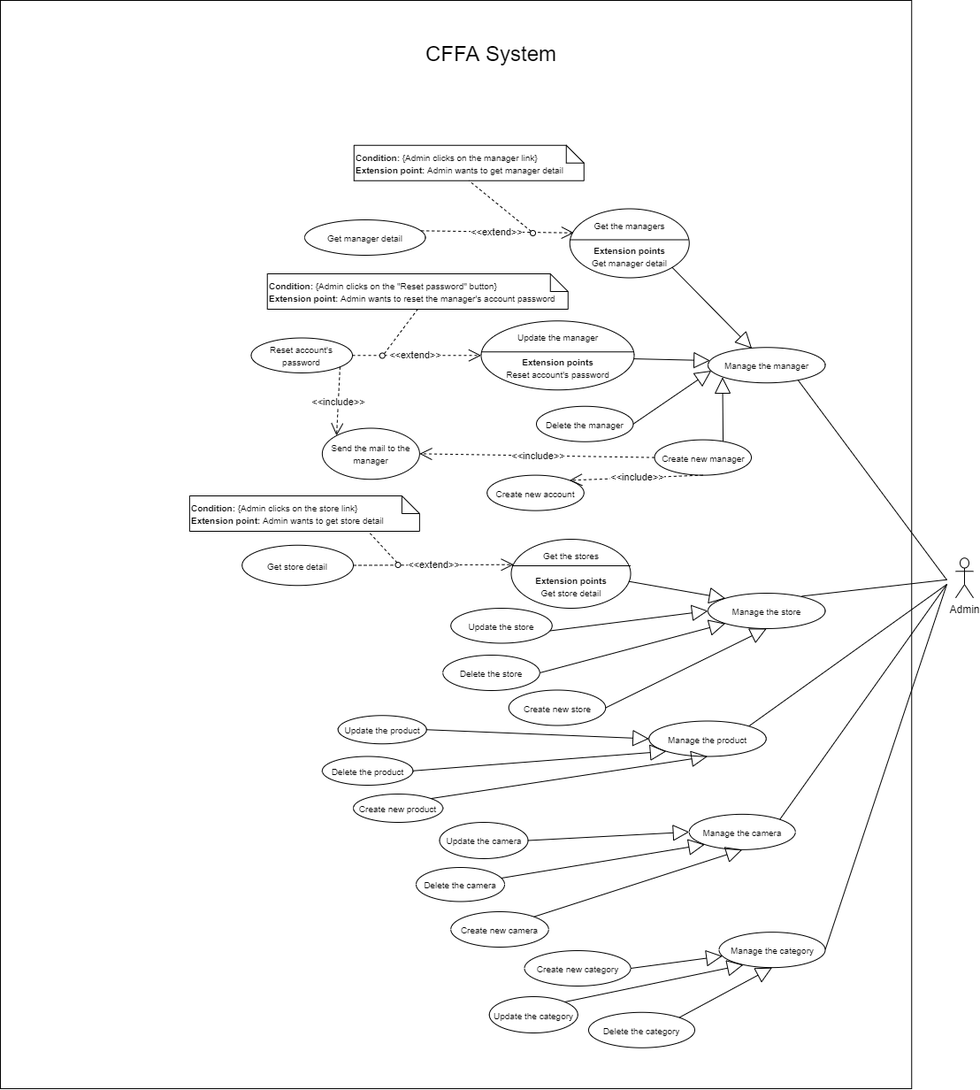
Above: Users/HuuDN/UsecaseDiagram/UsecaseOverview-Admin.png in luannmdev/CapstoneDocument (draw.io), before the change. Source tidied: cells renumbered, new cells last; positions are measured from the earlier drawing's top-left corner, leaving out a move shared by most shapes.
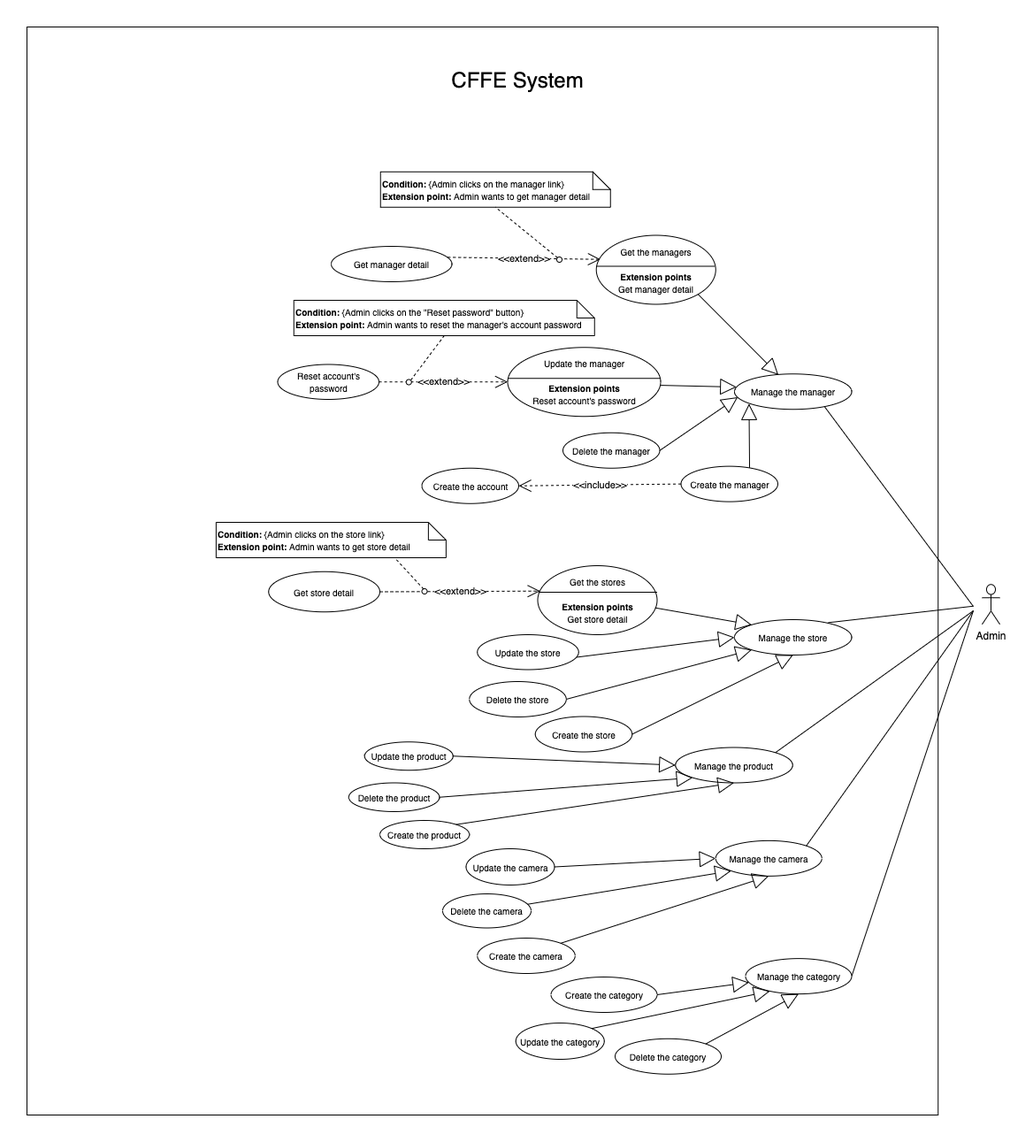
After the commit.

The edit, as a diff of the source:
```diff
@@ -5,13 +5,13 @@
     <mxCell id="2" style="rounded=0;whiteSpace=wrap;html=1;" parent="1" vertex="1">
       <mxGeometry width="1030.2" height="1230" as="geometry" />
     </mxCell>
-    <mxCell id="3" value="&lt;span style=&quot;font-size: 24px&quot;&gt;CFFA System&lt;/span&gt;" style="text;html=1;strokeColor=none;fillColor=none;align=center;verticalAlign=middle;whiteSpace=wrap;rounded=0;" parent="1" vertex="1">
+    <mxCell id="3" value="&lt;span style=&quot;font-size: 24px&quot;&gt;CFFE System&lt;/span&gt;" style="text;html=1;strokeColor=none;fillColor=none;align=center;verticalAlign=middle;whiteSpace=wrap;rounded=0;" parent="1" vertex="1">
       <mxGeometry x="390" y="50" width="330" height="20" as="geometry" />
     </mxCell>
     <mxCell id="4" value="&lt;font style=&quot;font-size: 10px&quot;&gt;Manage the category&lt;/font&gt;" style="ellipse;whiteSpace=wrap;html=1;fillColor=#ffffff;gradientColor=none;" parent="1" vertex="1">
       <mxGeometry x="812.5" y="1053.1" width="120" height="40" as="geometry" />
     </mxCell>
-    <mxCell id="5" value="&lt;font style=&quot;font-size: 10px&quot;&gt;Create new category&lt;/font&gt;" style="ellipse;whiteSpace=wrap;html=1;fillColor=#ffffff;gradientColor=none;" parent="1" vertex="1">
+    <mxCell id="5" value="&lt;font style=&quot;font-size: 10px&quot;&gt;Create the category&lt;/font&gt;" style="ellipse;whiteSpace=wrap;html=1;fillColor=#ffffff;gradientColor=none;" parent="1" vertex="1">
       <mxGeometry x="592.5" y="1074" width="120" height="40" as="geometry" />
     </mxCell>
     <mxCell id="6" style="endArrow=block;endSize=16;endFill=0;html=1;exitX=1;exitY=0.5;exitDx=0;exitDy=0;" parent="1" edge="1" source="5" target="4">
@@ -57,7 +57,7 @@
     <mxCell id="18" value="&lt;font style=&quot;font-size: 10px&quot;&gt;Delete the product&lt;/font&gt;" style="ellipse;whiteSpace=wrap;html=1;fillColor=#ffffff;gradientColor=none;" parent="1" vertex="1">
       <mxGeometry x="363.9" y="854.5" width="102.5" height="32.5" as="geometry" />
     </mxCell>
-    <mxCell id="19" value="&lt;span style=&quot;font-size: 10px&quot;&gt;Create new product&lt;/span&gt;" style="ellipse;whiteSpace=wrap;html=1;fillColor=#ffffff;gradientColor=none;" parent="1" vertex="1">
+    <mxCell id="19" value="&lt;span style=&quot;font-size: 10px&quot;&gt;Create the product&lt;/span&gt;" style="ellipse;whiteSpace=wrap;html=1;fillColor=#ffffff;gradientColor=none;" parent="1" vertex="1">
       <mxGeometry x="399" y="897" width="101.2" height="32" as="geometry" />
     </mxCell>
     <mxCell id="20" value="&lt;font style=&quot;font-size: 10px&quot;&gt;Manage the product&lt;/font&gt;" style="ellipse;whiteSpace=wrap;html=1;" parent="1" vertex="1">
@@ -78,7 +78,7 @@
     <mxCell id="25" value="&lt;font style=&quot;font-size: 10px&quot;&gt;Delete the camera&lt;/font&gt;" style="ellipse;whiteSpace=wrap;html=1;fillColor=#ffffff;gradientColor=none;" parent="1" vertex="1">
       <mxGeometry x="470" y="980" width="100" height="38.5" as="geometry" />
     </mxCell>
-    <mxCell id="26" value="&lt;span style=&quot;font-size: 10px&quot;&gt;Create new&amp;nbsp;&lt;/span&gt;&lt;span style=&quot;font-size: 10px&quot;&gt;camera&lt;/span&gt;" style="ellipse;whiteSpace=wrap;html=1;fillColor=#ffffff;gradientColor=none;" parent="1" vertex="1">
+    <mxCell id="26" value="&lt;span style=&quot;font-size: 10px&quot;&gt;Create the&amp;nbsp;&lt;/span&gt;&lt;span style=&quot;font-size: 10px&quot;&gt;camera&lt;/span&gt;" style="ellipse;whiteSpace=wrap;html=1;fillColor=#ffffff;gradientColor=none;" parent="1" vertex="1">
       <mxGeometry x="509.2" y="1030" width="110.5" height="40" as="geometry" />
     </mxCell>
     <mxCell id="27" value="&lt;font style=&quot;font-size: 10px&quot;&gt;Manage the camera&lt;/font&gt;" style="ellipse;whiteSpace=wrap;html=1;" parent="1" vertex="1">
@@ -117,7 +117,7 @@
     <mxCell id="36" value="&lt;span style=&quot;font-size: 10px&quot;&gt;Delete the manager&lt;/span&gt;" style="ellipse;whiteSpace=wrap;html=1;fillColor=#ffffff;gradientColor=none;" parent="1" vertex="1">
       <mxGeometry x="606" y="458.8" width="109.5" height="40" as="geometry" />
     </mxCell>
-    <mxCell id="37" value="&lt;span style=&quot;font-size: 10px&quot;&gt;Create new manager&lt;/span&gt;" style="ellipse;whiteSpace=wrap;html=1;fillColor=#ffffff;gradientColor=none;" parent="1" vertex="1">
+    <mxCell id="37" value="&lt;span style=&quot;font-size: 10px&quot;&gt;Create the manager&lt;/span&gt;" style="ellipse;whiteSpace=wrap;html=1;fillColor=#ffffff;gradientColor=none;" parent="1" vertex="1">
       <mxGeometry x="739.5" y="496.6" width="109.5" height="40" as="geometry" />
     </mxCell>
     <mxCell id="38" style="endArrow=block;endSize=16;endFill=0;html=1;entryX=0.124;entryY=0.841;entryDx=0;entryDy=0;exitX=0.708;exitY=0.044;exitDx=0;exitDy=0;exitPerimeter=0;entryPerimeter=0;" parent="1" edge="1" source="37" target="35">
@@ -156,7 +156,7 @@
     <mxCell id="49" value="&lt;span style=&quot;font-size: 10px&quot;&gt;Delete the store&lt;/span&gt;" style="ellipse;whiteSpace=wrap;html=1;fillColor=#ffffff;gradientColor=none;" parent="1" vertex="1">
       <mxGeometry x="500.2" y="740" width="109.5" height="40" as="geometry" />
     </mxCell>
-    <mxCell id="50" value="&lt;span style=&quot;font-size: 10px&quot;&gt;Create new store&lt;/span&gt;" style="ellipse;whiteSpace=wrap;html=1;fillColor=#ffffff;gradientColor=none;" parent="1" vertex="1">
+    <mxCell id="50" value="&lt;span style=&quot;font-size: 10px&quot;&gt;Create the store&lt;/span&gt;" style="ellipse;whiteSpace=wrap;html=1;fillColor=#ffffff;gradientColor=none;" parent="1" vertex="1">
       <mxGeometry x="574.8" y="779.5" width="109.5" height="40" as="geometry" />
     </mxCell>
     <mxCell id="51" style="endArrow=block;endSize=16;endFill=0;html=1;exitX=1;exitY=0.5;exitDx=0;exitDy=0;entryX=0.5;entryY=1;entryDx=0;entryDy=0;" parent="1" edge="1" source="50" target="48">
@@ -182,16 +182,13 @@
         <mxPoint x="1070" y="654.8" as="targetPoint" />
       </mxGeometry>
     </mxCell>
-    <mxCell id="58" value="&lt;font style=&quot;font-size: 10px&quot;&gt;Send the mail to the manager&lt;/font&gt;" style="ellipse;whiteSpace=wrap;html=1;" parent="1" vertex="1">
-      <mxGeometry x="363.9" y="483.5" width="110" height="57.8" as="geometry" />
-    </mxCell>
-    <mxCell id="59" value="&lt;span style=&quot;font-size: 10px&quot;&gt;Create new account&lt;/span&gt;" style="ellipse;whiteSpace=wrap;html=1;fillColor=#ffffff;gradientColor=none;" parent="1" vertex="1">
-      <mxGeometry x="550.2" y="536.6" width="109.5" height="40" as="geometry" />
+    <mxCell id="59" value="&lt;span style=&quot;font-size: 10px&quot;&gt;Create the account&lt;/span&gt;" style="ellipse;whiteSpace=wrap;html=1;fillColor=#ffffff;gradientColor=none;" parent="1" vertex="1">
+      <mxGeometry x="446.5" y="498.8" width="109.5" height="40" as="geometry" />
     </mxCell>
     <mxCell id="60" value="&lt;span style=&quot;font-size: 10px&quot;&gt;Reset account's password&lt;/span&gt;" style="ellipse;whiteSpace=wrap;html=1;fillColor=#ffffff;gradientColor=none;" parent="1" vertex="1">
       <mxGeometry x="283.5" y="381.5" width="114.5" height="39.5" as="geometry" />
     </mxCell>
-    <mxCell id="61" value="&amp;lt;&amp;lt;include&amp;gt;&amp;gt;" style="endArrow=open;endSize=12;dashed=1;html=1;entryX=1;entryY=0;entryDx=0;entryDy=0;exitX=0.5;exitY=1;exitDx=0;exitDy=0;" parent="1" edge="1" source="37" target="59">
+    <mxCell id="61" value="&amp;lt;&amp;lt;include&amp;gt;&amp;gt;" style="endArrow=open;endSize=12;dashed=1;html=1;entryX=1;entryY=0.5;entryDx=0;entryDy=0;exitX=0;exitY=0.5;exitDx=0;exitDy=0;" parent="1" edge="1" source="37" target="59">
       <mxGeometry relative="1" as="geometry" />
     </mxCell>
     <mxCell id="62" value="&amp;lt;&amp;lt;extend&amp;gt;&amp;gt;" style="endArrow=open;endSize=12;dashed=1;html=1;entryX=0;entryY=0.5;entryDx=0;entryDy=0;exitX=1;exitY=0.5;exitDx=0;exitDy=0;" parent="1" edge="1" source="60" target="66">
@@ -218,11 +215,5 @@
     <mxCell id="69" style="endArrow=block;endSize=16;endFill=0;html=1;entryX=0.5;entryY=1;entryDx=0;entryDy=0;exitX=1;exitY=0;exitDx=0;exitDy=0;" parent="1" edge="1" source="68" target="4">
       <mxGeometry relative="1" as="geometry" />
     </mxCell>
-    <mxCell id="70" value="&amp;lt;&amp;lt;include&amp;gt;&amp;gt;" style="endArrow=open;endSize=12;dashed=1;html=1;entryX=1;entryY=0.5;entryDx=0;entryDy=0;exitX=0;exitY=0.5;exitDx=0;exitDy=0;" parent="1" edge="1" source="37" target="58">
-      <mxGeometry relative="1" as="geometry" />
-    </mxCell>
-    <mxCell id="71" value="&amp;lt;&amp;lt;include&amp;gt;&amp;gt;" style="endArrow=open;endSize=12;dashed=1;html=1;entryX=0;entryY=0;entryDx=0;entryDy=0;exitX=1;exitY=1;exitDx=0;exitDy=0;" parent="1" edge="1" source="60" target="58">
-      <mxGeometry relative="1" as="geometry" />
-    </mxCell>
   </root>
 </mxGraphModel>
```
